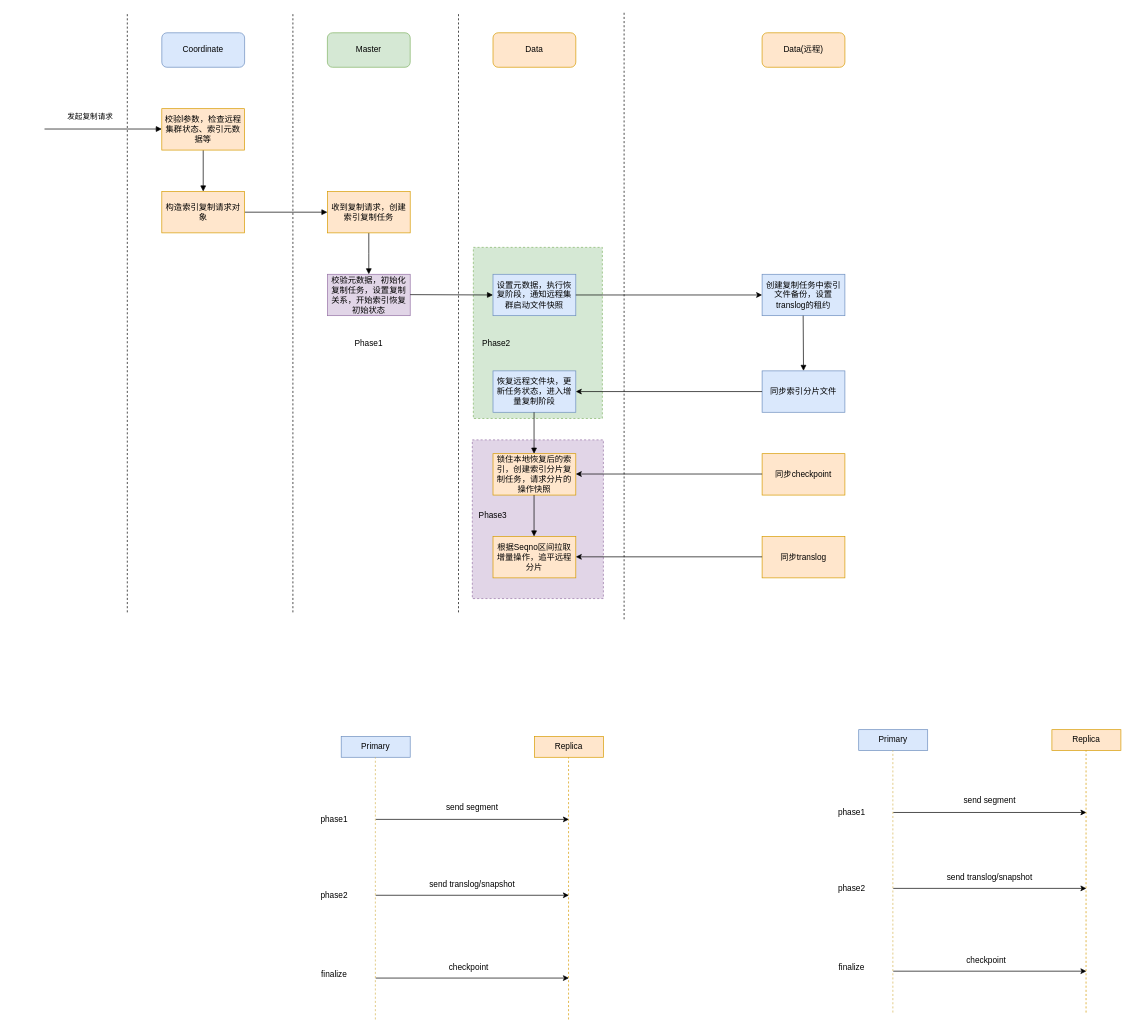
Earlier version of the draw.io diagram elasticsearch/replication/es_occr.drawio (kingskipper/design). Source tidied: cells renumbered, new cells numbered last; positions are measured from the earlier drawing's top-left corner, leaving out a move shared by most shapes. Both pictures are drawn from the tidied source at 69%, with x=0, y=0 at pixel (44, 12).
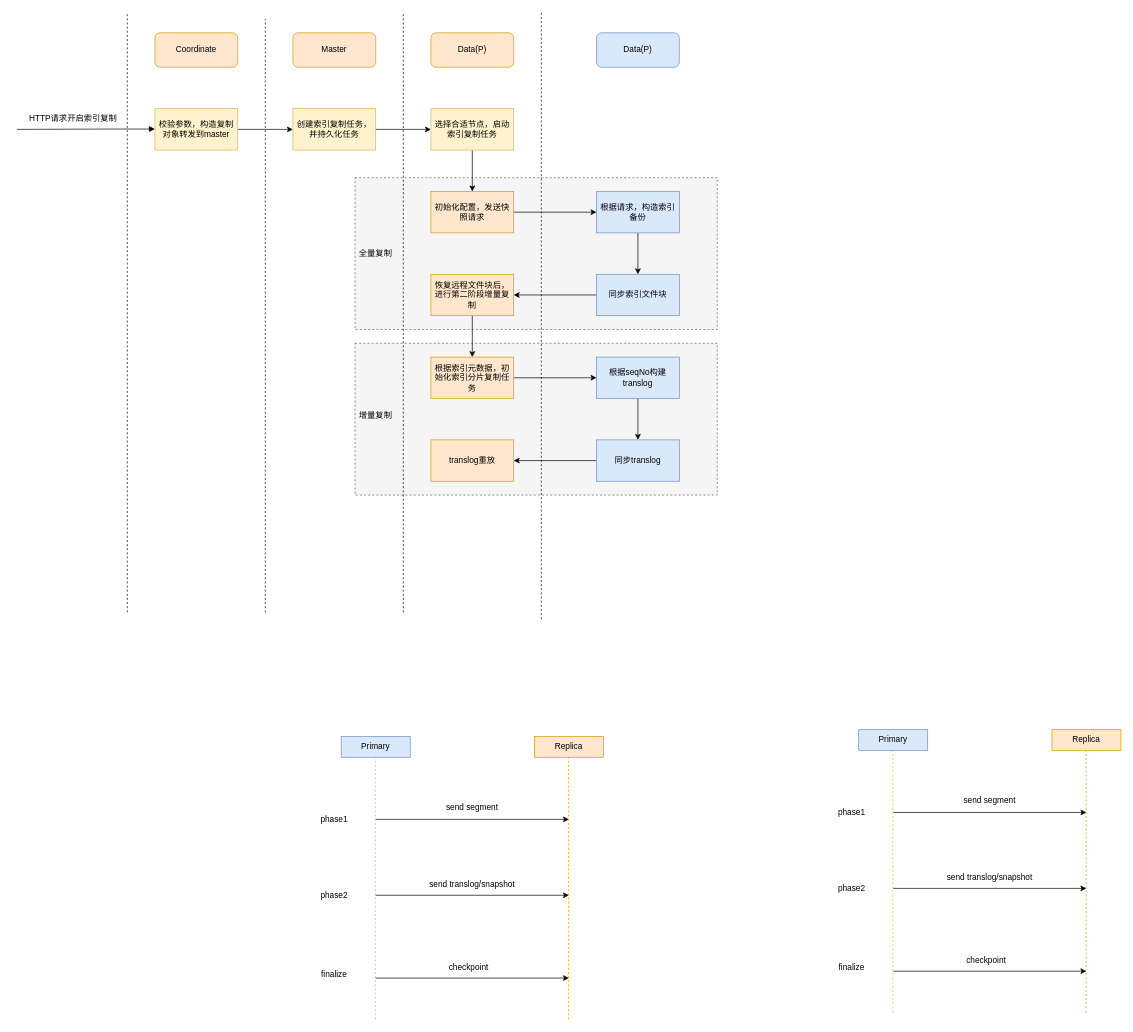
After the change.

What changed in the source:
```diff
@@
-    <mxCell id="2" style="rounded=0;whiteSpace=wrap;html=1;dashed=1;fillColor=#d5e8d4;strokeColor=#82b366;" parent="1" vertex="1">
-      <mxGeometry x="621.5" y="341" width="187" height="248" as="geometry" />
-    </mxCell>
-    <mxCell id="3" style="rounded=0;whiteSpace=wrap;html=1;dashed=1;fillColor=#e1d5e7;strokeColor=#9673a6;" parent="1" vertex="1">
-      <mxGeometry x="620" y="620" width="190" height="230" as="geometry" />
-    </mxCell>
+    <mxCell id="66" style="rounded=0;whiteSpace=wrap;html=1;dashed=1;fillColor=#f5f5f5;fontColor=#333333;strokeColor=#666666;" parent="1" vertex="1">
+      <mxGeometry x="450" y="480" width="525" height="220" as="geometry" />
+    </mxCell>
+    <mxCell id="67" style="rounded=0;whiteSpace=wrap;html=1;dashed=1;fillColor=#f5f5f5;strokeColor=#666666;fontColor=#333333;" parent="1" vertex="1">
+      <mxGeometry x="450" y="240" width="525" height="220" as="geometry" />
+    </mxCell>
@@
-    <mxCell id="5" value="Coordinate" style="rounded=1;whiteSpace=wrap;html=1;fillColor=#dae8fc;strokeColor=#6c8ebf;" parent="1" vertex="1">
-      <mxGeometry x="170" y="30" width="120" height="50" as="geometry" />
+    <mxCell id="5" value="Coordinate" style="rounded=1;whiteSpace=wrap;html=1;fillColor=#ffe6cc;strokeColor=#d79b00;" parent="1" vertex="1">
+      <mxGeometry x="160" y="30" width="120" height="50" as="geometry" />
     </mxCell>
     <mxCell id="6" style="endArrow=none;html=1;rounded=0;dashed=1;" parent="1" edge="1">
       <mxGeometry relative="1" as="geometry">
-        <mxPoint x="600" y="870" as="sourcePoint" />
-        <mxPoint x="600" as="targetPoint" />
+        <mxPoint x="520" y="870" as="sourcePoint" />
+        <mxPoint x="520" as="targetPoint" />
       </mxGeometry>
     </mxCell>
-    <mxCell id="7" style="edgeStyle=orthogonalEdgeStyle;rounded=0;jettySize=auto;html=1;exitX=1;exitY=0.5;exitDx=0;exitDy=0;entryX=0;entryY=0.5;entryDx=0;entryDy=0;endArrow=block;endFill=1;" parent="1" edge="1" source="8" target="15">
-      <mxGeometry relative="1" as="geometry" />
-    </mxCell>
-    <mxCell id="8" value="构造索引复制请求对象" style="rounded=0;whiteSpace=wrap;html=1;fillColor=#ffe6cc;strokeColor=#d79b00;" parent="1" vertex="1">
-      <mxGeometry x="170" y="260" width="120" height="60" as="geometry" />
-    </mxCell>
     <mxCell id="9" style="endArrow=block;html=1;rounded=0;endFill=1;" parent="1" edge="1">
       <mxGeometry relative="1" as="geometry">
-        <mxPoint y="169.5" as="sourcePoint" />
-        <mxPoint x="170" y="169.5" as="targetPoint" />
+        <mxPoint x="-40" y="170" as="sourcePoint" />
+        <mxPoint x="160" y="169.5" as="targetPoint" />
         <Array as="points">
-          <mxPoint x="120" y="169.5" />
+          <mxPoint x="110" y="169.5" />
         </Array>
       </mxGeometry>
     </mxCell>
-    <mxCell id="10" value="发起复制请求" style="edgeLabel;html=1;align=center;verticalAlign=middle;" parent="9" vertex="1">
-      <mxGeometry relative="1" as="geometry">
-        <mxPoint x="-20" y="-19" as="offset" />
-      </mxGeometry>
-    </mxCell>
-    <mxCell id="11" value="Master" style="rounded=1;whiteSpace=wrap;html=1;fillColor=#d5e8d4;strokeColor=#82b366;" parent="1" vertex="1">
-      <mxGeometry x="410" y="30" width="120" height="50" as="geometry" />
+    <mxCell id="11" value="Master" style="rounded=1;whiteSpace=wrap;html=1;fillColor=#ffe6cc;strokeColor=#d79b00;" parent="1" vertex="1">
+      <mxGeometry x="360" y="30" width="120" height="50" as="geometry" />
     </mxCell>
-    <mxCell id="12" style="edgeStyle=orthogonalEdgeStyle;rounded=0;jettySize=auto;html=1;exitX=0.5;exitY=1;exitDx=0;exitDy=0;entryX=0.5;entryY=0;entryDx=0;entryDy=0;endArrow=block;endFill=1;" parent="1" edge="1" source="13" target="8">
-      <mxGeometry relative="1" as="geometry" />
-    </mxCell>
+    <mxCell id="68" style="edgeStyle=orthogonalEdgeStyle;rounded=0;jettySize=auto;html=1;exitX=1;exitY=0.5;exitDx=0;exitDy=0;entryX=0;entryY=0.5;entryDx=0;entryDy=0;" parent="1" edge="1" source="13" target="15">
+      <mxGeometry relative="1" as="geometry" />
+    </mxCell>
-    <mxCell id="13" value="校验l参数，检查远程集群状态、索引元数据等" style="rounded=0;whiteSpace=wrap;html=1;fillColor=#ffe6cc;strokeColor=#d79b00;" parent="1" vertex="1">
-      <mxGeometry x="170" y="140" width="120" height="60" as="geometry" />
+    <mxCell id="13" value="校验参数，构造复制对象转发到master" style="rounded=0;whiteSpace=wrap;html=1;fillColor=#fff2cc;strokeColor=#d6b656;" parent="1" vertex="1">
+      <mxGeometry x="160" y="140" width="120" height="60" as="geometry" />
     </mxCell>
-    <mxCell id="14" style="edgeStyle=orthogonalEdgeStyle;rounded=0;jettySize=auto;html=1;exitX=0.5;exitY=1;exitDx=0;exitDy=0;entryX=0.5;entryY=0;entryDx=0;entryDy=0;endArrow=block;endFill=1;" parent="1" edge="1" source="15">
-      <mxGeometry relative="1" as="geometry">
-        <mxPoint x="470" y="380" as="targetPoint" />
-      </mxGeometry>
-    </mxCell>
+    <mxCell id="69" style="edgeStyle=orthogonalEdgeStyle;rounded=0;jettySize=auto;html=1;exitX=1;exitY=0.5;exitDx=0;exitDy=0;entryX=0;entryY=0.5;entryDx=0;entryDy=0;" parent="1" edge="1" source="15" target="20">
+      <mxGeometry relative="1" as="geometry" />
+    </mxCell>
-    <mxCell id="15" value="收到复制请求，创建索引复制任务" style="rounded=0;whiteSpace=wrap;html=1;fillColor=#ffe6cc;strokeColor=#d79b00;" parent="1" vertex="1">
-      <mxGeometry x="410" y="260" width="120" height="60" as="geometry" />
+    <mxCell id="15" value="创建索引复制任务，并持久化任务" style="rounded=0;whiteSpace=wrap;html=1;fillColor=#fff2cc;strokeColor=#d6b656;" parent="1" vertex="1">
+      <mxGeometry x="360" y="140" width="120" height="60" as="geometry" />
     </mxCell>
     <mxCell id="16" style="endArrow=none;html=1;rounded=0;dashed=1;" parent="1" edge="1">
       <mxGeometry relative="1" as="geometry">
-        <mxPoint x="360" y="870" as="sourcePoint" />
-        <mxPoint x="360" as="targetPoint" />
+        <mxPoint x="320" y="870" as="sourcePoint" />
+        <mxPoint x="320" y="10" as="targetPoint" />
       </mxGeometry>
     </mxCell>
-    <mxCell id="17" value="Data" style="rounded=1;whiteSpace=wrap;html=1;fillColor=#ffe6cc;strokeColor=#d79b00;" parent="1" vertex="1">
-      <mxGeometry x="650" y="30" width="120" height="50" as="geometry" />
+    <mxCell id="17" value="Data(P)" style="rounded=1;whiteSpace=wrap;html=1;fillColor=#ffe6cc;strokeColor=#d79b00;" parent="1" vertex="1">
+      <mxGeometry x="560" y="30" width="120" height="50" as="geometry" />
     </mxCell>
-    <mxCell id="18" value="Data(远程)" style="rounded=1;whiteSpace=wrap;html=1;fillColor=#ffe6cc;strokeColor=#d79b00;" parent="1" vertex="1">
-      <mxGeometry x="1040" y="30" width="120" height="50" as="geometry" />
+    <mxCell id="18" value="Data(P)" style="rounded=1;whiteSpace=wrap;html=1;fillColor=#dae8fc;strokeColor=#6c8ebf;" parent="1" vertex="1">
+      <mxGeometry x="800" y="30" width="120" height="50" as="geometry" />
     </mxCell>
     <mxCell id="19" style="endArrow=none;html=1;rounded=0;dashed=1;" parent="1" edge="1">
       <mxGeometry relative="1" as="geometry">
-        <mxPoint x="840" y="880" as="sourcePoint" />
-        <mxPoint x="840" as="targetPoint" />
+        <mxPoint x="720" y="880" as="sourcePoint" />
+        <mxPoint x="720" as="targetPoint" />
       </mxGeometry>
     </mxCell>
+    <mxCell id="70" style="edgeStyle=orthogonalEdgeStyle;rounded=0;jettySize=auto;html=1;exitX=0.5;exitY=1;exitDx=0;exitDy=0;entryX=0.5;entryY=0;entryDx=0;entryDy=0;" parent="1" edge="1" source="20" target="22">
+      <mxGeometry relative="1" as="geometry" />
+    </mxCell>
-    <mxCell id="20" value="校验元数据，初始化复制任务，设置复制关系，开始索引恢复初始状态" style="rounded=0;whiteSpace=wrap;html=1;fillColor=#e1d5e7;strokeColor=#9673a6;" parent="1" vertex="1">
-      <mxGeometry x="410" y="380" width="120" height="60" as="geometry" />
+    <mxCell id="20" value="选择合适节点，启动索引复制任务" style="rounded=0;whiteSpace=wrap;html=1;fillColor=#fff2cc;strokeColor=#d6b656;" parent="1" vertex="1">
+      <mxGeometry x="560" y="140" width="120" height="60" as="geometry" />
     </mxCell>
-    <mxCell id="21" style="edgeStyle=orthogonalEdgeStyle;rounded=0;jettySize=auto;html=1;exitX=1;exitY=0.5;exitDx=0;exitDy=0;entryX=0;entryY=0.5;entryDx=0;entryDy=0;endArrow=block;endFill=1;" parent="1" edge="1" target="22">
-      <mxGeometry relative="1" as="geometry">
-        <mxPoint x="530" y="409.5" as="sourcePoint" />
-      </mxGeometry>
-    </mxCell>
+    <mxCell id="26" style="edgeStyle=orthogonalEdgeStyle;rounded=0;jettySize=auto;html=1;exitX=1;exitY=0.5;exitDx=0;exitDy=0;entryX=0;entryY=0.5;entryDx=0;entryDy=0;" parent="1" edge="1" source="22" target="25">
+      <mxGeometry relative="1" as="geometry" />
+    </mxCell>
-    <mxCell id="22" value="设置元数据，执行恢复阶段，通知远程集群启动文件快照" style="rounded=0;whiteSpace=wrap;html=1;fillColor=#dae8fc;strokeColor=#6c8ebf;" parent="1" vertex="1">
-      <mxGeometry x="650" y="380" width="120" height="60" as="geometry" />
+    <mxCell id="22" value="初始化配置，发送快照请求" style="rounded=0;whiteSpace=wrap;html=1;fillColor=#ffe6cc;strokeColor=#d79b00;" parent="1" vertex="1">
+      <mxGeometry x="560" y="260" width="120" height="60" as="geometry" />
     </mxCell>
+    <mxCell id="71" style="edgeStyle=orthogonalEdgeStyle;rounded=0;jettySize=auto;html=1;exitX=0.5;exitY=1;exitDx=0;exitDy=0;" parent="1" edge="1" source="23" target="29">
+      <mxGeometry relative="1" as="geometry" />
+    </mxCell>
-    <mxCell id="23" value="恢复远程文件块，更新任务状态，进入增量复制阶段" style="rounded=0;whiteSpace=wrap;html=1;fillColor=#dae8fc;strokeColor=#6c8ebf;" parent="1" vertex="1">
-      <mxGeometry x="650" y="520" width="120" height="60" as="geometry" />
+    <mxCell id="23" value="恢复远程文件块后，进行第二阶段增量复制" style="rounded=0;whiteSpace=wrap;html=1;fillColor=#ffe6cc;strokeColor=#d79b00;" parent="1" vertex="1">
+      <mxGeometry x="560" y="380" width="120" height="60" as="geometry" />
     </mxCell>
+    <mxCell id="28" style="edgeStyle=orthogonalEdgeStyle;rounded=0;jettySize=auto;html=1;exitX=0;exitY=0.5;exitDx=0;exitDy=0;entryX=1;entryY=0.5;entryDx=0;entryDy=0;" parent="1" edge="1" source="24" target="23">
+      <mxGeometry relative="1" as="geometry" />
+    </mxCell>
-    <mxCell id="24" value="同步索引分片文件" style="rounded=0;whiteSpace=wrap;html=1;fillColor=#dae8fc;strokeColor=#6c8ebf;" parent="1" vertex="1">
-      <mxGeometry x="1040" y="520" width="120" height="60" as="geometry" />
+    <mxCell id="24" value="同步索引文件块" style="rounded=0;whiteSpace=wrap;html=1;fillColor=#dae8fc;strokeColor=#6c8ebf;" parent="1" vertex="1">
+      <mxGeometry x="800" y="380" width="120" height="60" as="geometry" />
     </mxCell>
+    <mxCell id="72" style="edgeStyle=orthogonalEdgeStyle;rounded=0;jettySize=auto;html=1;exitX=0.5;exitY=1;exitDx=0;exitDy=0;entryX=0.5;entryY=0;entryDx=0;entryDy=0;" parent="1" edge="1" source="25" target="24">
+      <mxGeometry relative="1" as="geometry" />
+    </mxCell>
-    <mxCell id="25" value="创建复制任务中索引文件备份，设置translog的租约" style="rounded=0;whiteSpace=wrap;html=1;fillColor=#dae8fc;strokeColor=#6c8ebf;" parent="1" vertex="1">
-      <mxGeometry x="1040" y="380" width="120" height="60" as="geometry" />
+    <mxCell id="25" value="根据请求，构造索引备份" style="rounded=0;whiteSpace=wrap;html=1;fillColor=#dae8fc;strokeColor=#6c8ebf;" parent="1" vertex="1">
+      <mxGeometry x="800" y="260" width="120" height="60" as="geometry" />
     </mxCell>
-    <mxCell id="26" style="endArrow=classic;html=1;rounded=0;entryX=0;entryY=0.5;entryDx=0;entryDy=0;exitX=1;exitY=0.5;exitDx=0;exitDy=0;" parent="1" edge="1" source="22" target="25">
-      <mxGeometry relative="1" as="geometry" />
-    </mxCell>
-    <mxCell id="27" style="edgeStyle=orthogonalEdgeStyle;rounded=0;jettySize=auto;html=1;exitX=0.5;exitY=1;exitDx=0;exitDy=0;entryX=0.5;entryY=0;entryDx=0;entryDy=0;endArrow=block;endFill=1;" parent="1" edge="1" target="24">
-      <mxGeometry relative="1" as="geometry">
-        <mxPoint x="1099.5" y="440" as="sourcePoint" />
-      </mxGeometry>
-    </mxCell>
-    <mxCell id="28" style="endArrow=classic;html=1;rounded=0;exitX=0;exitY=0.5;exitDx=0;exitDy=0;entryX=1;entryY=0.5;entryDx=0;entryDy=0;" parent="1" edge="1" source="24" target="23">
-      <mxGeometry relative="1" as="geometry" />
-    </mxCell>
+    <mxCell id="73" style="edgeStyle=orthogonalEdgeStyle;rounded=0;jettySize=auto;html=1;exitX=1;exitY=0.5;exitDx=0;exitDy=0;entryX=0;entryY=0.5;entryDx=0;entryDy=0;" parent="1" edge="1" source="29" target="31">
+      <mxGeometry relative="1" as="geometry" />
+    </mxCell>
-    <mxCell id="29" value="锁住本地恢复后的索引，创建索引分片复制任务，请求分片的操作快照" style="rounded=0;whiteSpace=wrap;html=1;fillColor=#ffe6cc;strokeColor=#d79b00;" parent="1" vertex="1">
-      <mxGeometry x="650" y="640" width="120" height="60" as="geometry" />
+    <mxCell id="29" value="根据索引元数据，初始化索引分片复制任务" style="rounded=0;whiteSpace=wrap;html=1;fillColor=#ffe6cc;strokeColor=#d79b00;" parent="1" vertex="1">
+      <mxGeometry x="560" y="500" width="120" height="60" as="geometry" />
     </mxCell>
-    <mxCell id="30" style="edgeStyle=orthogonalEdgeStyle;rounded=0;orthogonalLoop=1;jettySize=auto;html=1;exitX=0.5;exitY=1;exitDx=0;exitDy=0;entryX=0.5;entryY=0;entryDx=0;entryDy=0;endArrow=block;endFill=1;" parent="1" edge="1">
-      <mxGeometry relative="1" as="geometry">
-        <mxPoint x="709.5" y="580" as="sourcePoint" />
-        <mxPoint x="709.5" y="640" as="targetPoint" />
-      </mxGeometry>
-    </mxCell>
+    <mxCell id="74" style="edgeStyle=orthogonalEdgeStyle;rounded=0;jettySize=auto;html=1;" parent="1" edge="1" source="31" target="34">
+      <mxGeometry relative="1" as="geometry" />
+    </mxCell>
-    <mxCell id="31" value="同步checkpoint" style="rounded=0;whiteSpace=wrap;html=1;fillColor=#ffe6cc;strokeColor=#d79b00;" parent="1" vertex="1">
-      <mxGeometry x="1040" y="640" width="120" height="60" as="geometry" />
+    <mxCell id="31" value="根据seqNo构建translog" style="rounded=0;whiteSpace=wrap;html=1;fillColor=#dae8fc;strokeColor=#6c8ebf;" parent="1" vertex="1">
+      <mxGeometry x="800" y="500" width="120" height="60" as="geometry" />
     </mxCell>
-    <mxCell id="32" style="endArrow=classic;html=1;rounded=0;exitX=0;exitY=0.5;exitDx=0;exitDy=0;entryX=1;entryY=0.5;entryDx=0;entryDy=0;" parent="1" edge="1">
-      <mxGeometry relative="1" as="geometry">
-        <mxPoint x="1040" y="669.5" as="sourcePoint" />
-        <mxPoint x="770" y="669.5" as="targetPoint" />
-      </mxGeometry>
-    </mxCell>
-    <mxCell id="33" value="根据Seqno区间拉取增量操作，追平远程分片" style="rounded=0;whiteSpace=wrap;html=1;fillColor=#ffe6cc;strokeColor=#d79b00;" parent="1" vertex="1">
-      <mxGeometry x="650" y="760" width="120" height="60" as="geometry" />
+    <mxCell id="33" value="translog重放" style="rounded=0;whiteSpace=wrap;html=1;fillColor=#ffe6cc;strokeColor=#d79b00;" parent="1" vertex="1">
+      <mxGeometry x="560" y="620" width="120" height="60" as="geometry" />
     </mxCell>
+    <mxCell id="75" style="edgeStyle=orthogonalEdgeStyle;rounded=0;jettySize=auto;html=1;exitX=0;exitY=0.5;exitDx=0;exitDy=0;entryX=1;entryY=0.5;entryDx=0;entryDy=0;" parent="1" edge="1" source="34" target="33">
+      <mxGeometry relative="1" as="geometry" />
+    </mxCell>
-    <mxCell id="34" value="同步translog" style="rounded=0;whiteSpace=wrap;html=1;fillColor=#ffe6cc;strokeColor=#d79b00;" parent="1" vertex="1">
-      <mxGeometry x="1040" y="760" width="120" height="60" as="geometry" />
+    <mxCell id="34" value="同步translog" style="rounded=0;whiteSpace=wrap;html=1;fillColor=#dae8fc;strokeColor=#6c8ebf;" parent="1" vertex="1">
+      <mxGeometry x="800" y="620" width="120" height="60" as="geometry" />
     </mxCell>
-    <mxCell id="35" style="edgeStyle=orthogonalEdgeStyle;rounded=0;orthogonalLoop=1;jettySize=auto;html=1;exitX=0.5;exitY=1;exitDx=0;exitDy=0;entryX=0.5;entryY=0;entryDx=0;entryDy=0;endArrow=block;endFill=1;" parent="1" edge="1">
-      <mxGeometry relative="1" as="geometry">
-        <mxPoint x="709.5" y="700" as="sourcePoint" />
-        <mxPoint x="709.5" y="760" as="targetPoint" />
-      </mxGeometry>
-    </mxCell>
-    <mxCell id="36" style="endArrow=classic;html=1;rounded=0;exitX=0;exitY=0.5;exitDx=0;exitDy=0;entryX=1;entryY=0.5;entryDx=0;entryDy=0;" parent="1" edge="1">
-      <mxGeometry relative="1" as="geometry">
-        <mxPoint x="1040" y="789.5" as="sourcePoint" />
-        <mxPoint x="770" y="789.5" as="targetPoint" />
-      </mxGeometry>
-    </mxCell>
-    <mxCell id="37" value="Phase1" style="text;html=1;strokeColor=none;fillColor=none;align=center;verticalAlign=middle;whiteSpace=wrap;rounded=0;" parent="1" vertex="1">
-      <mxGeometry x="440" y="465" width="60" height="30" as="geometry" />
-    </mxCell>
-    <mxCell id="38" value="Phase2" style="text;html=1;strokeColor=none;fillColor=none;align=center;verticalAlign=middle;whiteSpace=wrap;rounded=0;" parent="1" vertex="1">
-      <mxGeometry x="625" y="465" width="60" height="30" as="geometry" />
-    </mxCell>
-    <mxCell id="39" value="Phase3" style="text;html=1;strokeColor=none;fillColor=none;align=center;verticalAlign=middle;whiteSpace=wrap;rounded=0;" parent="1" vertex="1">
-      <mxGeometry x="620" y="715" width="60" height="30" as="geometry" />
-    </mxCell>
@@
+    <mxCell id="76" value="&amp;nbsp;HTTP请求开启索引复制" style="text;html=1;strokeColor=none;fillColor=none;align=center;verticalAlign=middle;whiteSpace=wrap;rounded=0;" parent="1" vertex="1">
+      <mxGeometry x="-30" y="140" width="140" height="30" as="geometry" />
+    </mxCell>
+    <mxCell id="77" value="全量复制" style="text;html=1;strokeColor=none;fillColor=none;align=center;verticalAlign=middle;whiteSpace=wrap;rounded=0;" parent="1" vertex="1">
+      <mxGeometry x="450" y="335" width="60" height="30" as="geometry" />
+    </mxCell>
+    <mxCell id="78" value="增量复制" style="text;html=1;strokeColor=none;fillColor=none;align=center;verticalAlign=middle;whiteSpace=wrap;rounded=0;" parent="1" vertex="1">
+      <mxGeometry x="450" y="570" width="60" height="30" as="geometry" />
+    </mxCell>
```
